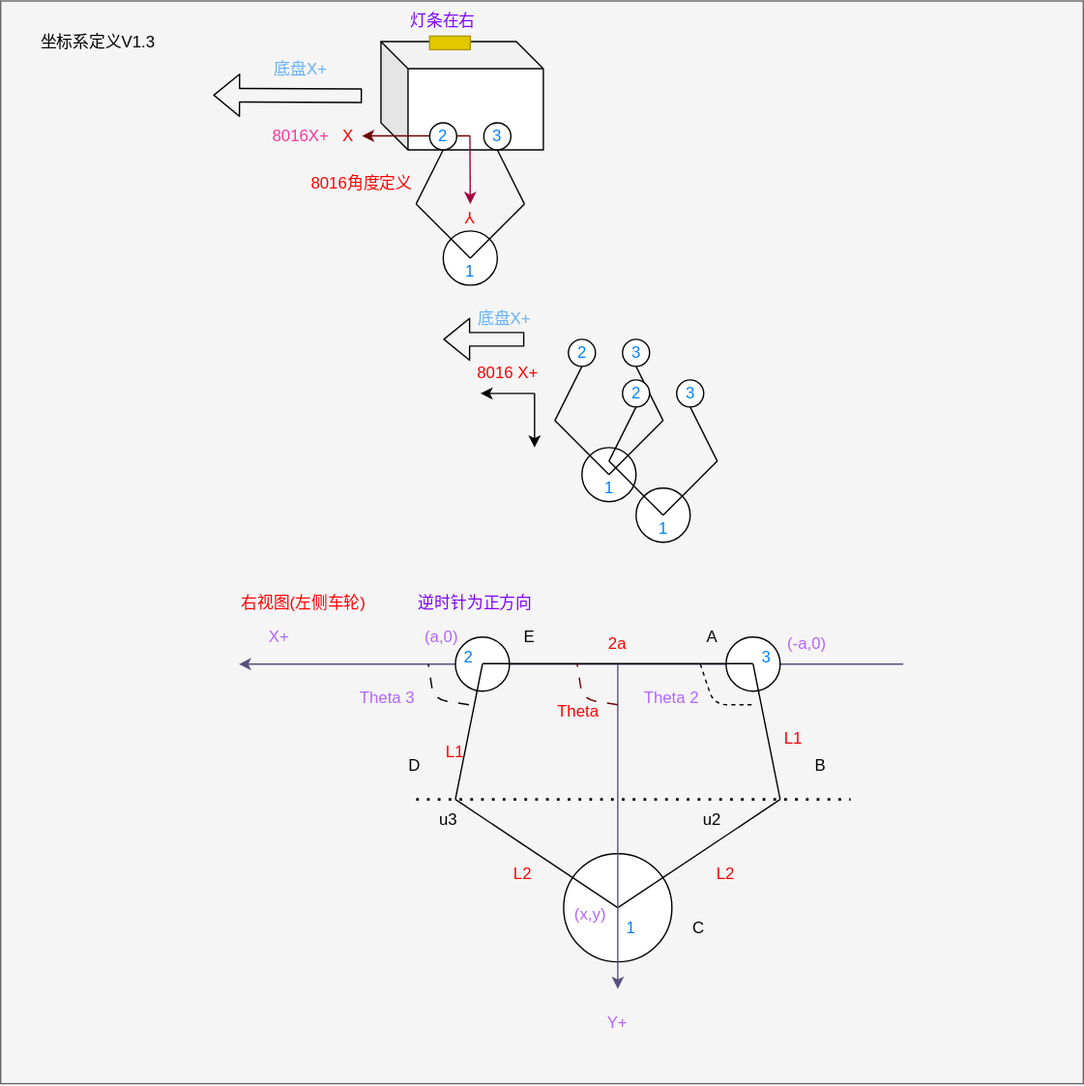
The draw.io diagram DOC/坐标定义.svg in Q1anWan/WheelBotLite, before a commit. Source tidied: cells renumbered, new cells last; positions are measured from the earlier drawing's top-left corner, leaving out a move shared by most shapes.
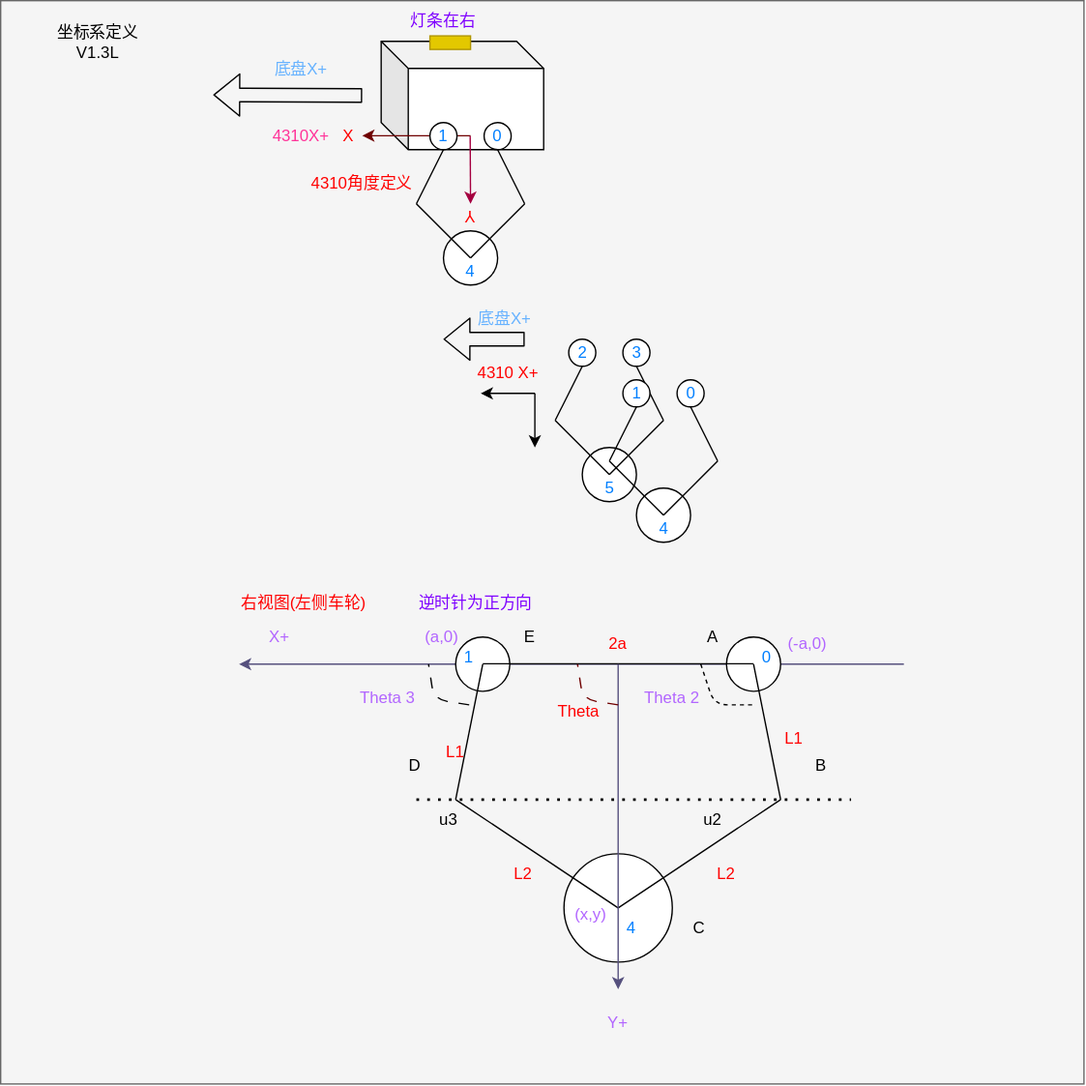
Above is the later version.

Change to the diagram source:
```diff
@@ -52,22 +52,22 @@
     <mxCell id="12" value="&lt;font color=&quot;#ff0000&quot;&gt;Y&lt;/font&gt;" style="text;html=1;strokeColor=none;fillColor=none;align=center;verticalAlign=middle;whiteSpace=wrap;rounded=0;rotation=-180;" parent="1" vertex="1">
       <mxGeometry x="337" y="150" width="20" height="20" as="geometry" />
     </mxCell>
-    <mxCell id="13" value="8016角度定义" style="text;html=1;strokeColor=none;fillColor=none;align=center;verticalAlign=middle;whiteSpace=wrap;rounded=0;fontColor=#FF0000;" parent="1" vertex="1">
+    <mxCell id="13" value="4310角度定义" style="text;html=1;strokeColor=none;fillColor=none;align=center;verticalAlign=middle;whiteSpace=wrap;rounded=0;fontColor=#FF0000;" parent="1" vertex="1">
       <mxGeometry x="227" y="120" width="80" height="30" as="geometry" />
     </mxCell>
-    <mxCell id="14" value="&lt;font color=&quot;#007fff&quot;&gt;1&lt;/font&gt;" style="text;html=1;strokeColor=none;fillColor=none;align=center;verticalAlign=middle;whiteSpace=wrap;rounded=0;fontColor=#FF0000;" parent="1" vertex="1">
+    <mxCell id="14" value="&lt;font color=&quot;#007fff&quot;&gt;4&lt;/font&gt;" style="text;html=1;strokeColor=none;fillColor=none;align=center;verticalAlign=middle;whiteSpace=wrap;rounded=0;fontColor=#FF0000;" parent="1" vertex="1">
       <mxGeometry x="327" y="180" width="40" height="40" as="geometry" />
     </mxCell>
     <mxCell id="15" style="ellipse;whiteSpace=wrap;html=1;fontColor=#007FFF;" parent="1" vertex="1">
       <mxGeometry x="357" y="90" width="20" height="20" as="geometry" />
     </mxCell>
-    <mxCell id="16" value="&lt;font color=&quot;#007fff&quot;&gt;3&lt;/font&gt;" style="text;html=1;strokeColor=none;fillColor=none;align=center;verticalAlign=middle;whiteSpace=wrap;rounded=0;fontColor=#FF0000;" parent="1" vertex="1">
+    <mxCell id="16" value="&lt;font color=&quot;#007fff&quot;&gt;0&lt;/font&gt;" style="text;html=1;strokeColor=none;fillColor=none;align=center;verticalAlign=middle;whiteSpace=wrap;rounded=0;fontColor=#FF0000;" parent="1" vertex="1">
       <mxGeometry x="347" y="80" width="40" height="40" as="geometry" />
     </mxCell>
     <mxCell id="17" style="ellipse;whiteSpace=wrap;html=1;fontColor=#007FFF;" parent="1" vertex="1">
       <mxGeometry x="317" y="90" width="20" height="20" as="geometry" />
     </mxCell>
-    <mxCell id="18" value="&lt;font color=&quot;#007fff&quot;&gt;2&lt;/font&gt;" style="text;html=1;strokeColor=none;fillColor=none;align=center;verticalAlign=middle;whiteSpace=wrap;rounded=0;fontColor=#FF0000;" parent="1" vertex="1">
+    <mxCell id="18" value="&lt;font color=&quot;#007fff&quot;&gt;1&lt;/font&gt;" style="text;html=1;strokeColor=none;fillColor=none;align=center;verticalAlign=middle;whiteSpace=wrap;rounded=0;fontColor=#FF0000;" parent="1" vertex="1">
       <mxGeometry x="307" y="80" width="40" height="40" as="geometry" />
     </mxCell>
     <mxCell id="19" style="shape=flexArrow;endArrow=classic;html=1;fontColor=#007FFF;" parent="1" edge="1">
@@ -82,7 +82,7 @@
     <mxCell id="21" value="&lt;font color=&quot;#7f00ff&quot;&gt;灯条在右&lt;/font&gt;" style="text;html=1;strokeColor=none;fillColor=none;align=center;verticalAlign=middle;whiteSpace=wrap;rounded=0;fontColor=#6600CC;" parent="1" vertex="1">
       <mxGeometry x="297" width="60" height="30" as="geometry" />
     </mxCell>
-    <mxCell id="22" value="&lt;font color=&quot;#ff3399&quot;&gt;8016X+&lt;/font&gt;" style="text;html=1;strokeColor=none;fillColor=none;align=center;verticalAlign=middle;whiteSpace=wrap;rounded=0;fontColor=#7F00FF;" parent="1" vertex="1">
+    <mxCell id="22" value="&lt;font color=&quot;#ff3399&quot;&gt;4310X+&lt;/font&gt;" style="text;html=1;strokeColor=none;fillColor=none;align=center;verticalAlign=middle;whiteSpace=wrap;rounded=0;fontColor=#7F00FF;" parent="1" vertex="1">
       <mxGeometry x="187" y="85" width="70" height="30" as="geometry" />
     </mxCell>
     <mxCell id="23" style="endArrow=classic;html=1;fontColor=#FF0000;" parent="1" edge="1">
@@ -97,10 +97,10 @@
         <mxPoint x="394.5" y="330" as="targetPoint" />
       </mxGeometry>
     </mxCell>
-    <mxCell id="25" value="8016 X+" style="text;html=1;strokeColor=none;fillColor=none;align=center;verticalAlign=middle;whiteSpace=wrap;rounded=0;fontColor=#FF0000;" parent="1" vertex="1">
+    <mxCell id="25" value="4310 X+" style="text;html=1;strokeColor=none;fillColor=none;align=center;verticalAlign=middle;whiteSpace=wrap;rounded=0;fontColor=#FF0000;" parent="1" vertex="1">
       <mxGeometry x="344.5" y="260" width="60" height="30" as="geometry" />
     </mxCell>
-    <mxCell id="26" value="坐标系定义V1.3" style="text;html=1;strokeColor=none;fillColor=none;align=center;verticalAlign=middle;whiteSpace=wrap;rounded=0;fontColor=#000000;" parent="1" vertex="1">
+    <mxCell id="26" value="坐标系定义V1.3L" style="text;html=1;strokeColor=none;fillColor=none;align=center;verticalAlign=middle;whiteSpace=wrap;rounded=0;fontColor=#000000;" parent="1" vertex="1">
       <mxGeometry x="27" y="16" width="90" height="30" as="geometry" />
     </mxCell>
     <mxCell id="27" style="endArrow=classic;html=1;fontColor=#333333;fillColor=#d0cee2;strokeColor=#56517e;" parent="1" edge="1">
@@ -163,13 +163,13 @@
     <mxCell id="40" value="L2" style="text;html=1;strokeColor=none;fillColor=none;align=center;verticalAlign=middle;whiteSpace=wrap;rounded=0;fontColor=#FF0000;" parent="1" vertex="1">
       <mxGeometry x="356" y="630" width="60" height="30" as="geometry" />
     </mxCell>
-    <mxCell id="41" value="3" style="text;html=1;strokeColor=none;fillColor=none;align=center;verticalAlign=middle;whiteSpace=wrap;rounded=0;fontColor=#007FFF;" parent="1" vertex="1">
+    <mxCell id="41" value="0" style="text;html=1;strokeColor=none;fillColor=none;align=center;verticalAlign=middle;whiteSpace=wrap;rounded=0;fontColor=#007FFF;" parent="1" vertex="1">
       <mxGeometry x="536" y="470" width="60" height="30" as="geometry" />
     </mxCell>
-    <mxCell id="42" value="2" style="text;html=1;strokeColor=none;fillColor=none;align=center;verticalAlign=middle;whiteSpace=wrap;rounded=0;fontColor=#007FFF;" parent="1" vertex="1">
+    <mxCell id="42" value="1" style="text;html=1;strokeColor=none;fillColor=none;align=center;verticalAlign=middle;whiteSpace=wrap;rounded=0;fontColor=#007FFF;" parent="1" vertex="1">
       <mxGeometry x="316" y="470" width="60" height="30" as="geometry" />
     </mxCell>
-    <mxCell id="43" value="1" style="text;html=1;strokeColor=none;fillColor=none;align=center;verticalAlign=middle;whiteSpace=wrap;rounded=0;fontColor=#007FFF;" parent="1" vertex="1">
+    <mxCell id="43" value="4" style="text;html=1;strokeColor=none;fillColor=none;align=center;verticalAlign=middle;whiteSpace=wrap;rounded=0;fontColor=#007FFF;" parent="1" vertex="1">
       <mxGeometry x="436" y="670" width="60" height="30" as="geometry" />
     </mxCell>
     <mxCell id="44" value="&lt;font color=&quot;#b266ff&quot;&gt;(a,0)&lt;/font&gt;" style="text;html=1;strokeColor=none;fillColor=none;align=center;verticalAlign=middle;whiteSpace=wrap;rounded=0;fontColor=#007FFF;" parent="1" vertex="1">
@@ -264,7 +264,7 @@
         <mxPoint x="80" y="70" as="targetPoint" />
       </mxGeometry>
     </mxCell>
-    <mxCell id="66" value="&lt;font color=&quot;#007fff&quot;&gt;1&lt;/font&gt;" style="text;html=1;strokeColor=none;fillColor=none;align=center;verticalAlign=middle;whiteSpace=wrap;rounded=0;fontColor=#FF0000;" parent="57" vertex="1">
+    <mxCell id="66" value="&lt;font color=&quot;#007fff&quot;&gt;5&lt;/font&gt;" style="text;html=1;strokeColor=none;fillColor=none;align=center;verticalAlign=middle;whiteSpace=wrap;rounded=0;fontColor=#FF0000;" parent="57" vertex="1">
       <mxGeometry x="20" y="100" width="40" height="40" as="geometry" />
     </mxCell>
     <mxCell id="67" value="&lt;font color=&quot;#007fff&quot;&gt;3&lt;/font&gt;" style="text;html=1;strokeColor=none;fillColor=none;align=center;verticalAlign=middle;whiteSpace=wrap;rounded=0;fontColor=#FF0000;" parent="57" vertex="1">
@@ -303,13 +303,13 @@
         <mxPoint x="120" y="100" as="targetPoint" />
       </mxGeometry>
     </mxCell>
-    <mxCell id="75" value="&lt;font color=&quot;#007fff&quot;&gt;3&lt;/font&gt;" style="text;html=1;strokeColor=none;fillColor=none;align=center;verticalAlign=middle;whiteSpace=wrap;rounded=0;fontColor=#FF0000;" parent="57" vertex="1">
+    <mxCell id="75" value="&lt;font color=&quot;#007fff&quot;&gt;0&lt;/font&gt;" style="text;html=1;strokeColor=none;fillColor=none;align=center;verticalAlign=middle;whiteSpace=wrap;rounded=0;fontColor=#FF0000;" parent="57" vertex="1">
       <mxGeometry x="80" y="30" width="40" height="40" as="geometry" />
     </mxCell>
-    <mxCell id="76" value="&lt;font color=&quot;#007fff&quot;&gt;2&lt;/font&gt;" style="text;html=1;strokeColor=none;fillColor=none;align=center;verticalAlign=middle;whiteSpace=wrap;rounded=0;fontColor=#FF0000;" parent="57" vertex="1">
+    <mxCell id="76" value="&lt;font color=&quot;#007fff&quot;&gt;1&lt;/font&gt;" style="text;html=1;strokeColor=none;fillColor=none;align=center;verticalAlign=middle;whiteSpace=wrap;rounded=0;fontColor=#FF0000;" parent="57" vertex="1">
       <mxGeometry x="40" y="30" width="40" height="40" as="geometry" />
     </mxCell>
-    <mxCell id="77" value="&lt;font color=&quot;#007fff&quot;&gt;1&lt;/font&gt;" style="text;html=1;strokeColor=none;fillColor=none;align=center;verticalAlign=middle;whiteSpace=wrap;rounded=0;fontColor=#FF0000;" parent="57" vertex="1">
+    <mxCell id="77" value="&lt;font color=&quot;#007fff&quot;&gt;4&lt;/font&gt;" style="text;html=1;strokeColor=none;fillColor=none;align=center;verticalAlign=middle;whiteSpace=wrap;rounded=0;fontColor=#FF0000;" parent="57" vertex="1">
       <mxGeometry x="60" y="130" width="40" height="40" as="geometry" />
     </mxCell>
     <mxCell id="78" style="rounded=0;whiteSpace=wrap;html=1;fillColor=#e3c800;fontColor=#000000;strokeColor=#B09500;" parent="1" vertex="1">
```
